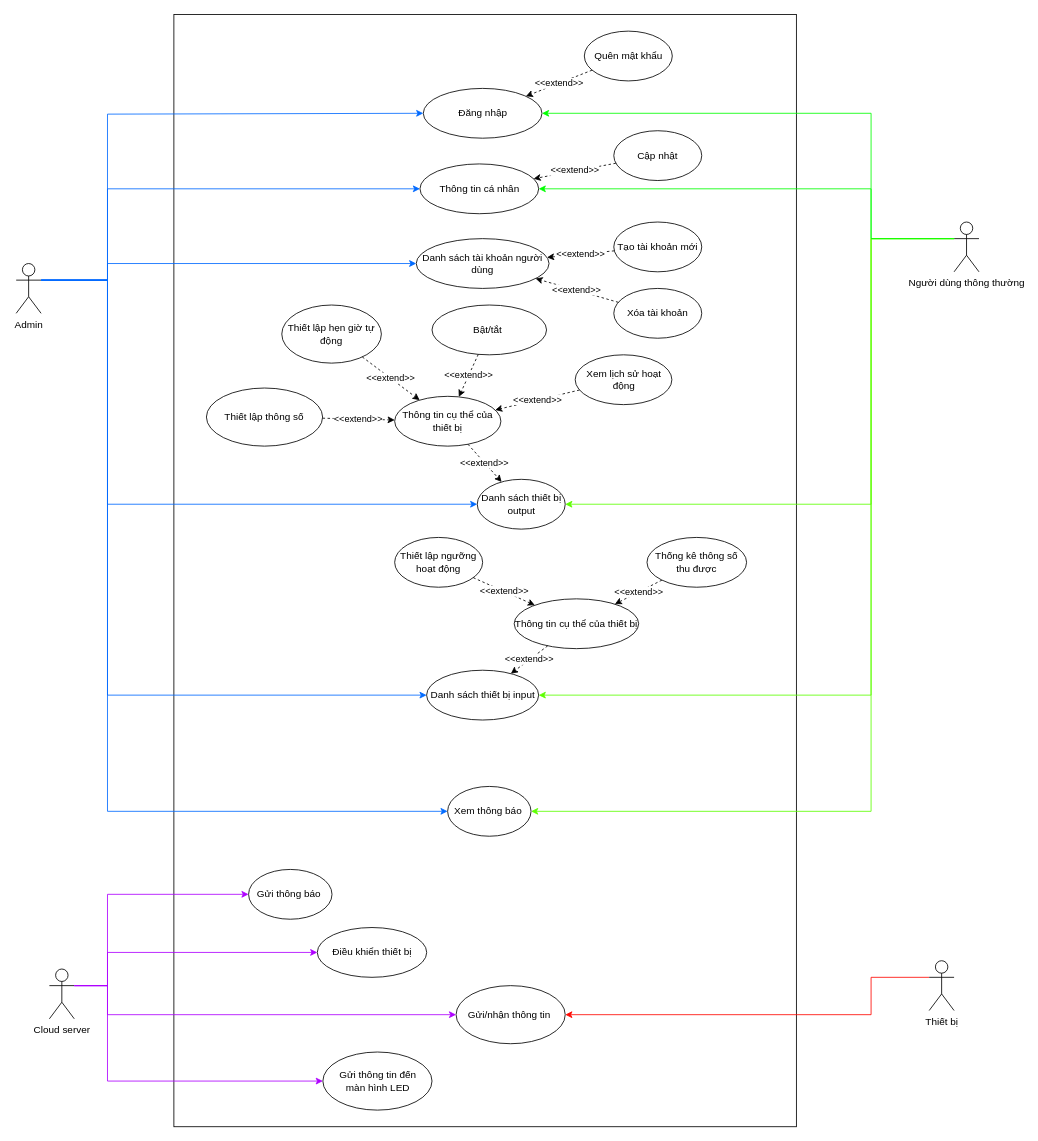
astr0tas/Smart-Home-CNPM keeps this draw.io diagram as Week 2/Use case diagram.drawio. Above is the earlier version. Source tidied: cells renumbered, new cells numbered last; positions are measured from the earlier drawing's top-left corner, leaving out a move shared by most shapes. Both pictures are drawn from the tidied source at 83%, with x=0, y=0 at pixel (16, 14).
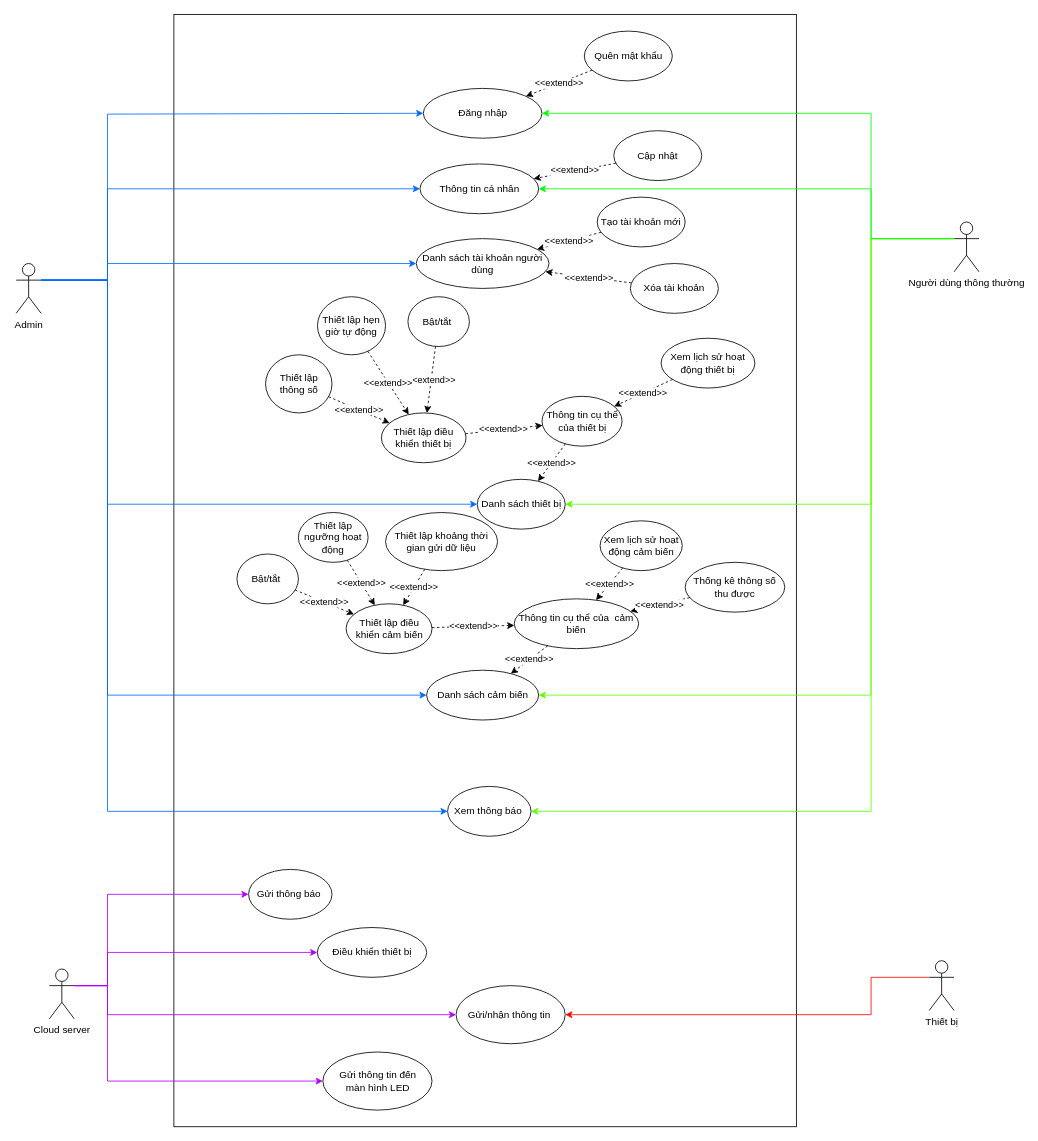
Above is the later version.

Diff of the diagram source:
```diff
@@
     <mxCell id="5" value="Thông tin cụ thể của thiết bị" style="ellipse;whiteSpace=wrap;html=1;" parent="1" vertex="1">
-      <mxGeometry x="456" y="460" width="128" height="60" as="geometry" />
+      <mxGeometry x="633.5" y="460" width="96.5" height="60" as="geometry" />
     </mxCell>
-    <mxCell id="6" value="Danh sách thiết bị output" style="ellipse;whiteSpace=wrap;html=1;" parent="1" vertex="1">
+    <mxCell id="6" value="Danh sách thiết bị" style="ellipse;whiteSpace=wrap;html=1;" parent="1" vertex="1">
       <mxGeometry x="555.5" y="560" width="106" height="60" as="geometry" />
     </mxCell>
     <mxCell id="7" value="Bật/tắt&amp;nbsp;" style="ellipse;whiteSpace=wrap;html=1;" parent="1" vertex="1">
-      <mxGeometry x="501" y="350" width="138" height="60" as="geometry" />
+      <mxGeometry x="472" y="340" width="74" height="60" as="geometry" />
     </mxCell>
     <mxCell id="8" value="Thiết lập hẹn giờ tự động" style="ellipse;whiteSpace=wrap;html=1;" parent="1" vertex="1">
-      <mxGeometry x="320" y="350" width="120" height="70" as="geometry" />
+      <mxGeometry x="363" y="340" width="82" height="70" as="geometry" />
     </mxCell>
@@
-    <mxCell id="15" value="&amp;lt;&amp;lt;extend&amp;gt;&amp;gt;" style="endArrow=classic;html=1;rounded=0;dashed=1;" parent="1" edge="1" source="7" target="5">
+    <mxCell id="15" value="&amp;lt;&amp;lt;extend&amp;gt;&amp;gt;" style="endArrow=classic;html=1;rounded=0;dashed=1;" parent="1" edge="1" source="7" target="57">
       <mxGeometry relative="1" as="geometry" />
     </mxCell>
-    <mxCell id="16" value="&amp;lt;&amp;lt;extend&amp;gt;&amp;gt;" style="endArrow=classic;html=1;rounded=0;dashed=1;" parent="1" edge="1" source="8" target="5">
+    <mxCell id="16" value="&amp;lt;&amp;lt;extend&amp;gt;&amp;gt;" style="endArrow=classic;html=1;rounded=0;dashed=1;" parent="1" edge="1" source="8" target="57">
       <mxGeometry relative="1" as="geometry" />
     </mxCell>
@@
     <mxCell id="19" value="Thiết lập thông số" style="ellipse;whiteSpace=wrap;html=1;" parent="1" vertex="1">
-      <mxGeometry x="229.2" y="450" width="140" height="70" as="geometry" />
+      <mxGeometry x="300.5" y="410" width="80" height="70" as="geometry" />
     </mxCell>
-    <mxCell id="20" value="&amp;lt;&amp;lt;extend&amp;gt;&amp;gt;" style="endArrow=classic;html=1;rounded=0;dashed=1;" parent="1" edge="1" source="19" target="5">
+    <mxCell id="20" value="&amp;lt;&amp;lt;extend&amp;gt;&amp;gt;" style="endArrow=classic;html=1;rounded=0;dashed=1;" parent="1" edge="1" source="19" target="57">
       <mxGeometry relative="1" as="geometry" />
     </mxCell>
-    <mxCell id="21" value="Thông tin cụ thể của thiết bị" style="ellipse;whiteSpace=wrap;html=1;" parent="1" vertex="1">
+    <mxCell id="21" value="Thông tin cụ thể của&amp;nbsp; cảm biến" style="ellipse;whiteSpace=wrap;html=1;" parent="1" vertex="1">
       <mxGeometry x="600" y="704" width="150" height="60" as="geometry" />
     </mxCell>
@@
-    <mxCell id="24" value="Xem lịch sử hoạt động" style="ellipse;whiteSpace=wrap;html=1;" parent="1" vertex="1">
-      <mxGeometry x="673.5" y="410" width="116.5" height="60" as="geometry" />
+    <mxCell id="24" value="Xem lịch sử hoạt động thiết bị" style="ellipse;whiteSpace=wrap;html=1;" parent="1" vertex="1">
+      <mxGeometry x="777" y="390" width="113" height="60" as="geometry" />
     </mxCell>
     <mxCell id="25" value="Thống kê thông số thu được" style="ellipse;whiteSpace=wrap;html=1;" parent="1" vertex="1">
-      <mxGeometry x="760" y="630" width="120" height="60" as="geometry" />
+      <mxGeometry x="806" y="660" width="120" height="60" as="geometry" />
     </mxCell>
@@
-    <mxCell id="31" value="Danh sách thiết bị input" style="ellipse;whiteSpace=wrap;html=1;" parent="1" vertex="1">
+    <mxCell id="31" value="Danh sách cảm biến" style="ellipse;whiteSpace=wrap;html=1;" parent="1" vertex="1">
       <mxGeometry x="494.5" y="790" width="135" height="60" as="geometry" />
     </mxCell>
@@
     <mxCell id="41" value="Thiết lập ngưỡng hoạt động" style="ellipse;whiteSpace=wrap;html=1;" parent="1" vertex="1">
-      <mxGeometry x="456" y="630" width="106" height="60" as="geometry" />
+      <mxGeometry x="340" y="600" width="84" height="60" as="geometry" />
     </mxCell>
@@
     <mxCell id="45" value="Tạo tài khoản mới" style="ellipse;whiteSpace=wrap;html=1;" parent="1" vertex="1">
-      <mxGeometry x="720" y="250" width="106" height="60" as="geometry" />
+      <mxGeometry x="700" y="220" width="106" height="60" as="geometry" />
     </mxCell>
     <mxCell id="46" value="Xóa tài khoản" style="ellipse;whiteSpace=wrap;html=1;" parent="1" vertex="1">
-      <mxGeometry x="720" y="330" width="106" height="60" as="geometry" />
+      <mxGeometry x="740" y="300" width="106" height="60" as="geometry" />
     </mxCell>
@@
-    <mxCell id="49" value="&amp;lt;&amp;lt;extend&amp;gt;&amp;gt;" style="endArrow=classic;html=1;rounded=0;dashed=1;" parent="1" edge="1" source="41" target="21">
+    <mxCell id="49" value="&amp;lt;&amp;lt;extend&amp;gt;&amp;gt;" style="endArrow=classic;html=1;rounded=0;dashed=1;" parent="1" edge="1" source="41" target="60">
       <mxGeometry relative="1" as="geometry" />
     </mxCell>
@@
+    <mxCell id="57" value="Thiết lập điều khiển thiết bị" style="ellipse;whiteSpace=wrap;html=1;" parent="1" vertex="1">
+      <mxGeometry x="440" y="480" width="102" height="60" as="geometry" />
+    </mxCell>
+    <mxCell id="58" value="&amp;lt;&amp;lt;extend&amp;gt;&amp;gt;" style="endArrow=classic;html=1;rounded=0;dashed=1;" parent="1" edge="1" source="57" target="5">
+      <mxGeometry x="-0.01" relative="1" as="geometry" />
+    </mxCell>
+    <mxCell id="59" value="Bật/tắt&amp;nbsp;" style="ellipse;whiteSpace=wrap;html=1;" parent="1" vertex="1">
+      <mxGeometry x="266" y="650" width="74" height="60" as="geometry" />
+    </mxCell>
+    <mxCell id="60" value="Thiết lập điều khiển cảm biến" style="ellipse;whiteSpace=wrap;html=1;" parent="1" vertex="1">
+      <mxGeometry x="397.5" y="710" width="103.5" height="60" as="geometry" />
+    </mxCell>
+    <mxCell id="61" value="&amp;lt;&amp;lt;extend&amp;gt;&amp;gt;" style="endArrow=classic;html=1;rounded=0;dashed=1;" parent="1" edge="1" source="60" target="21">
+      <mxGeometry relative="1" as="geometry" />
+    </mxCell>
+    <mxCell id="62" value="&amp;lt;&amp;lt;extend&amp;gt;&amp;gt;" style="endArrow=classic;html=1;rounded=0;dashed=1;" parent="1" edge="1" source="59" target="60">
+      <mxGeometry relative="1" as="geometry" />
+    </mxCell>
+    <mxCell id="63" value="Xem lịch sử hoạt động cảm biến" style="ellipse;whiteSpace=wrap;html=1;" parent="1" vertex="1">
+      <mxGeometry x="703.5" y="610" width="99" height="60" as="geometry" />
+    </mxCell>
+    <mxCell id="64" value="&amp;lt;&amp;lt;extend&amp;gt;&amp;gt;" style="endArrow=classic;html=1;rounded=0;dashed=1;" parent="1" edge="1" source="63" target="21">
+      <mxGeometry relative="1" as="geometry" />
+    </mxCell>
+    <mxCell id="65" value="Thiết lập khoảng thời gian gửi dữ liệu" style="ellipse;whiteSpace=wrap;html=1;" parent="1" vertex="1">
+      <mxGeometry x="445" y="600" width="135" height="70" as="geometry" />
+    </mxCell>
+    <mxCell id="66" value="&amp;lt;&amp;lt;extend&amp;gt;&amp;gt;" style="endArrow=classic;html=1;rounded=0;dashed=1;" parent="1" edge="1" source="65" target="60">
+      <mxGeometry relative="1" as="geometry" />
+    </mxCell>
```
